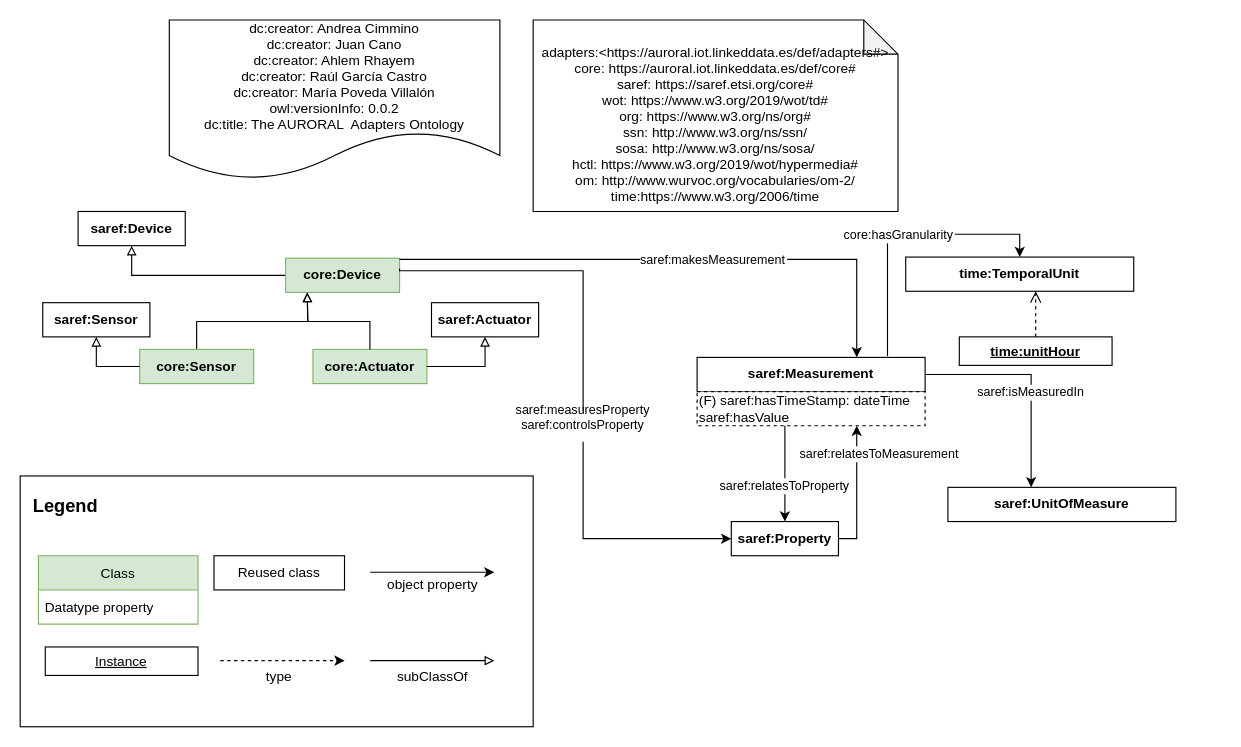
Above: page "V2" (1 of 2) of Diagrams/adapters-general.drawio in oeg-upm/auroral-adapters-ontology (draw.io), before the change. Source tidied: cells renumbered, new cells numbered last; positions are measured from the earlier drawing's top-left corner, leaving out a move shared by most shapes. Both pictures are drawn from the tidied source at 114%, with x=0, y=0 at pixel (19, 19).
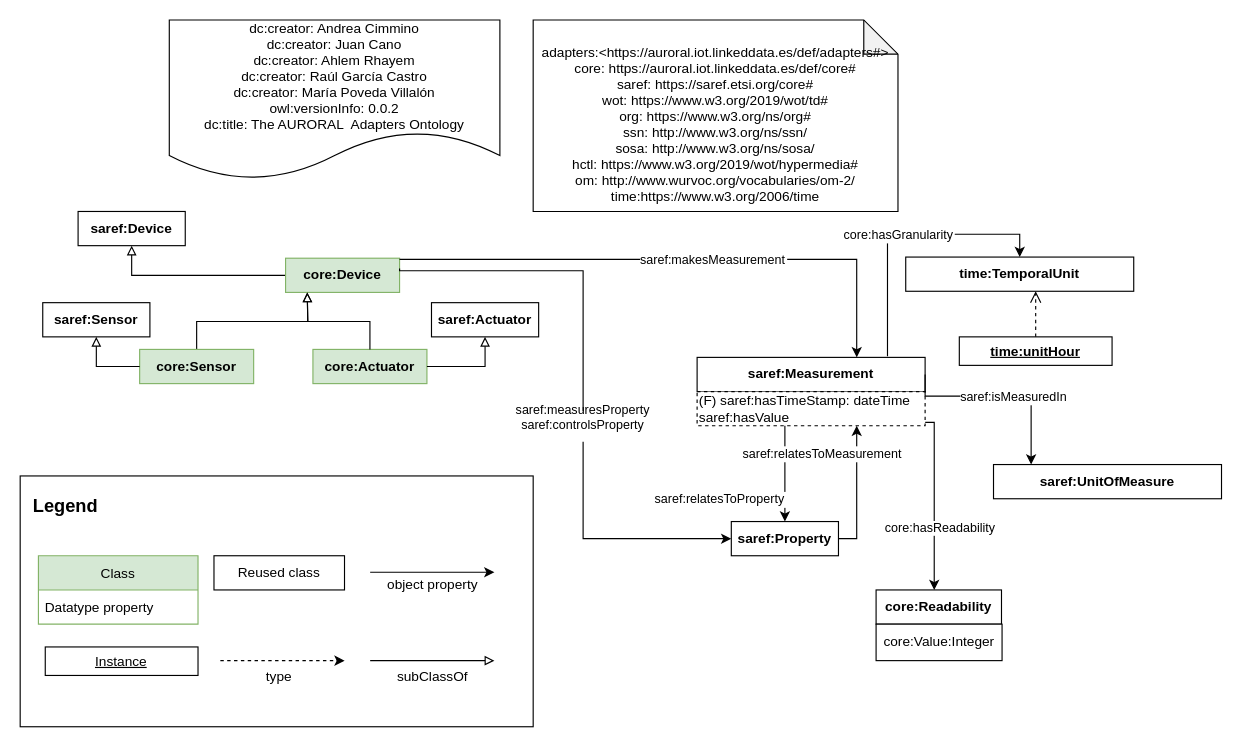
The same page after the edit.

The change refers to these unchanged cells:
```xml
<mxCell id="27" value="&lt;b&gt;saref:Property&lt;/b&gt;" style="rounded=0;whiteSpace=wrap;html=1;points=[[0.1,0],[0.2,0],[0.3,0],[0.4,0],[0.5,0],[0.6,0],[0.7,0],[0.8,0],[0.9,0],[0,0.1],[0,0.3],[0,0.5],[0,0.7],[0,0.9],[0.1,1],[0.2,1],[0.3,1],[0.4,1],[0.5,1],[0.6,1],[0.7,1],[0.8,1],[0.9,1],[1,0.1],[1,0.3],[1,0.5],[1,0.7],[1,0.9]];" parent="1" vertex="1">
  <mxGeometry x="624" y="440" width="94" height="30" as="geometry" />
</mxCell>
<mxCell id="28" value="&lt;b&gt;saref:Measurement&lt;/b&gt;" style="rounded=0;whiteSpace=wrap;html=1;" parent="1" vertex="1">
  <mxGeometry x="594" y="296" width="200" height="30" as="geometry" />
</mxCell>
<mxCell id="29" value="(F) saref:hasTimeStamp: dateTime&lt;br&gt;saref:hasValue" style="rounded=0;whiteSpace=wrap;html=1;snapToPoint=1;points=[[0.1,0],[0.2,0],[0.3,0],[0.4,0],[0.5,0],[0.6,0],[0.7,0],[0.8,0],[0.9,0],[0,0.1],[0,0.3],[0,0.5],[0,0.7],[0,0.9],[0.1,1],[0.2,1],[0.3,1],[0.4,1],[0.5,1],[0.6,1],[0.7,1],[0.8,1],[0.9,1],[1,0.1],[1,0.3],[1,0.5],[1,0.7],[1,0.9]];dashed=1;align=left;" parent="1" vertex="1">
  <mxGeometry x="594" y="326" width="200" height="30" as="geometry" />
</mxCell>
```

What changed in the source:
```diff
@@
+    <mxCell id="40" style="edgeStyle=orthogonalEdgeStyle;rounded=0;jettySize=auto;html=1;exitX=1;exitY=0.9;exitDx=0;exitDy=0;" parent="1" edge="1" source="29" target="42">
+      <mxGeometry relative="1" as="geometry">
+        <Array as="points">
+          <mxPoint x="802" y="353" />
+        </Array>
+      </mxGeometry>
+    </mxCell>
+    <mxCell id="41" value="core:hasReadability" style="edgeLabel;html=1;align=center;verticalAlign=middle;" parent="40" vertex="1">
+      <mxGeometry x="0.29" y="4" relative="1" as="geometry" />
+    </mxCell>
@@
     <mxCell id="31" value="saref:relatesToProperty" style="edgeStyle=orthogonalEdgeStyle;rounded=0;jettySize=auto;fontSize=11;endArrow=classic;endFill=1;entryX=0.5;entryY=0;entryDx=0;entryDy=0;" parent="1" edge="1" target="27">
-      <mxGeometry x="0.23" relative="1" as="geometry">
+      <mxGeometry x="0.52" y="-57" relative="1" as="geometry">
         <mxPoint x="671" y="356" as="sourcePoint" />
         <Array as="points">
           <mxPoint x="671" y="356" />
         </Array>
       </mxGeometry>
     </mxCell>
@@
     <mxCell id="36" value="&lt;b&gt;saref:UnitOfMeasure&lt;/b&gt;" style="rounded=0;whiteSpace=wrap;html=1;" parent="1" vertex="1">
-      <mxGeometry x="814" y="410" width="200" height="30" as="geometry" />
+      <mxGeometry x="854" y="390" width="200" height="30" as="geometry" />
     </mxCell>
@@
     <mxCell id="38" value="saref:relatesToMeasurement" style="edgeStyle=orthogonalEdgeStyle;rounded=0;jettySize=auto;fontSize=11;endArrow=classic;endFill=1;exitX=1;exitY=0.5;exitDx=0;exitDy=0;entryX=0.7;entryY=1;entryDx=0;entryDy=0;" parent="1" edge="1" source="27" target="29">
-      <mxGeometry x="0.58" y="-20" relative="1" as="geometry">
+      <mxGeometry x="0.58" y="30" relative="1" as="geometry">
         <Array as="points">
           <mxPoint x="734" y="455" />
         </Array>
       </mxGeometry>
     </mxCell>
     <mxCell id="39" value="saref:isMeasuredIn" style="edgeStyle=orthogonalEdgeStyle;rounded=0;jettySize=auto;fontSize=11;endArrow=classic;endFill=1;exitX=1;exitY=0.5;exitDx=0;exitDy=0;" parent="1" edge="1" source="28" target="36">
       <mxGeometry x="0.13" relative="1" as="geometry">
         <Array as="points">
-          <mxPoint x="887" y="311" />
+          <mxPoint x="794" y="330" />
+          <mxPoint x="887" y="330" />
         </Array>
       </mxGeometry>
     </mxCell>
+    <mxCell id="42" value="&lt;b&gt;core:Readability&lt;/b&gt;" style="rounded=0;whiteSpace=wrap;html=1;points=[[0.1,0],[0.2,0],[0.3,0],[0.4,0],[0.5,0],[0.6,0],[0.7,0],[0.8,0],[0.9,0],[0,0.1],[0,0.3],[0,0.5],[0,0.7],[0,0.9],[0.1,1],[0.2,1],[0.3,1],[0.4,1],[0.5,1],[0.6,1],[0.7,1],[0.8,1],[0.9,1],[1,0.1],[1,0.3],[1,0.5],[1,0.7],[1,0.9]];" parent="1" vertex="1">
+      <mxGeometry x="751" y="500" width="110" height="30" as="geometry" />
+    </mxCell>
+    <mxCell id="43" value="core:Value:Integer" style="rounded=0;whiteSpace=wrap;html=1;" parent="1" vertex="1">
+      <mxGeometry x="751" y="530" width="110.5" height="32" as="geometry" />
+    </mxCell>
```
